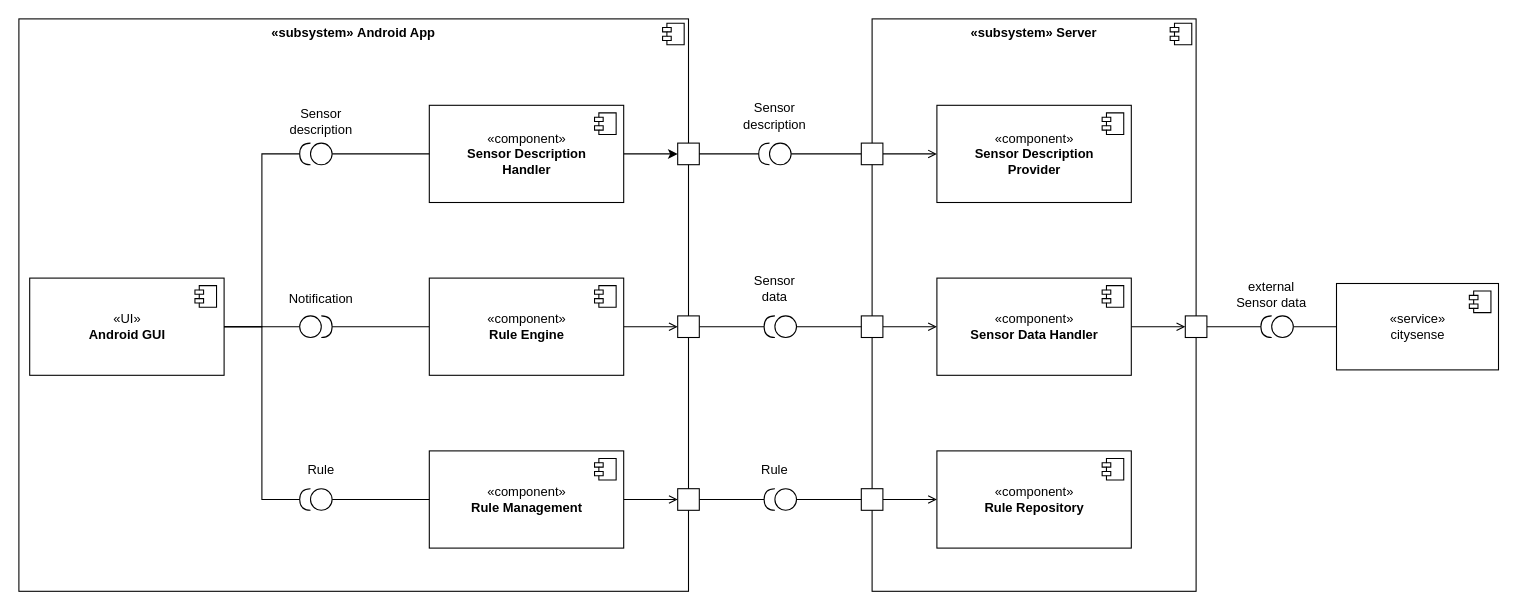
frozzenshooter/LoRaParkAppDocumentation keeps this draw.io diagram as ComponentDiagram.drawio. Above is the earlier version. Source tidied: cells renumbered, new cells numbered last; positions are measured from the earlier drawing's top-left corner, leaving out a move shared by most shapes. Both pictures are drawn from the tidied source at 108%, with x=0, y=0 at pixel (18, 18).
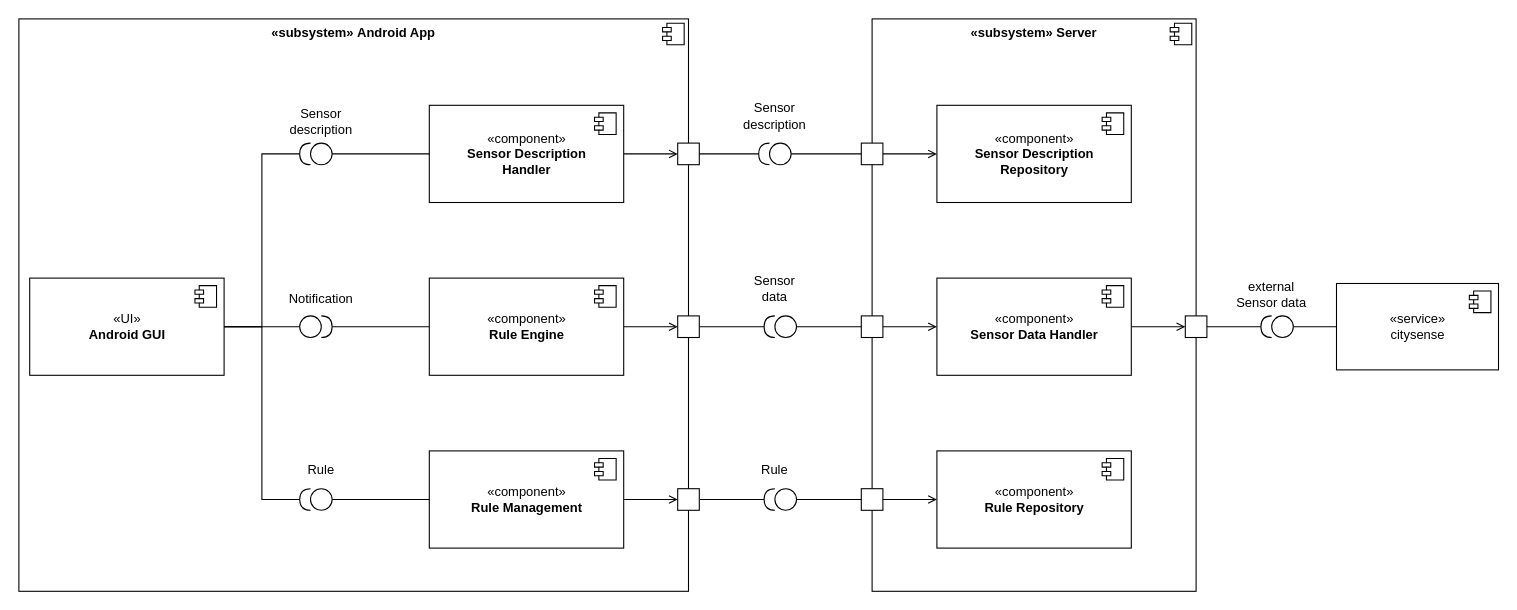
The same diagram, later.

Unchanged cells that the change refers to:
```xml
<mxCell id="14" value="«component»&lt;br&gt;&lt;b&gt;Sensor Description &lt;br&gt;Handler&lt;/b&gt;" style="html=1;" parent="1" vertex="1">
  <mxGeometry x="380" y="80" width="180" height="90" as="geometry" />
</mxCell>
<mxCell id="61" style="whiteSpace=wrap;html=1;" parent="1" vertex="1">
  <mxGeometry x="610" y="115" width="20" height="20" as="geometry" />
</mxCell>
```

Diff of the diagram source:
```diff
@@
-    <mxCell id="13" style="edgeStyle=orthogonalEdgeStyle;rounded=0;jettySize=auto;html=1;" parent="1" edge="1" source="14" target="61">
+    <mxCell id="13" style="edgeStyle=orthogonalEdgeStyle;rounded=0;jettySize=auto;html=1;endArrow=open;endFill=0;" parent="1" edge="1" source="14" target="61">
       <mxGeometry relative="1" as="geometry" />
     </mxCell>
@@
-    <mxCell id="69" value="«component»&lt;br&gt;&lt;b&gt;Sensor Description &lt;br&gt;Provider&lt;/b&gt;" style="html=1;" parent="1" vertex="1">
+    <mxCell id="69" value="«component»&lt;br&gt;&lt;b&gt;Sensor Description &lt;br&gt;Repository&lt;/b&gt;" style="html=1;" parent="1" vertex="1">
       <mxGeometry x="850" y="80" width="180" height="90" as="geometry" />
     </mxCell>
```
